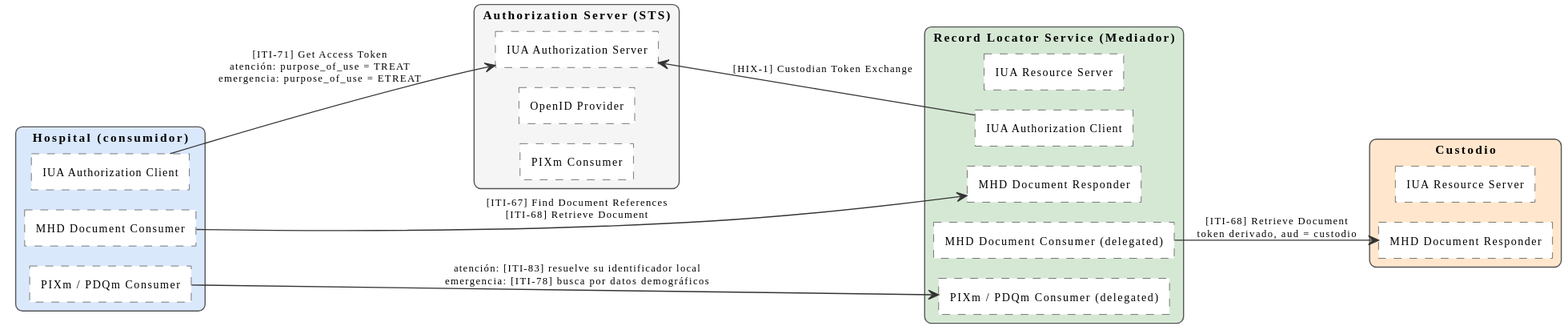
This is input/images/hix-actores-hospital.svg from meddyg/HIX, a PlantUML export, as it was before one commit.
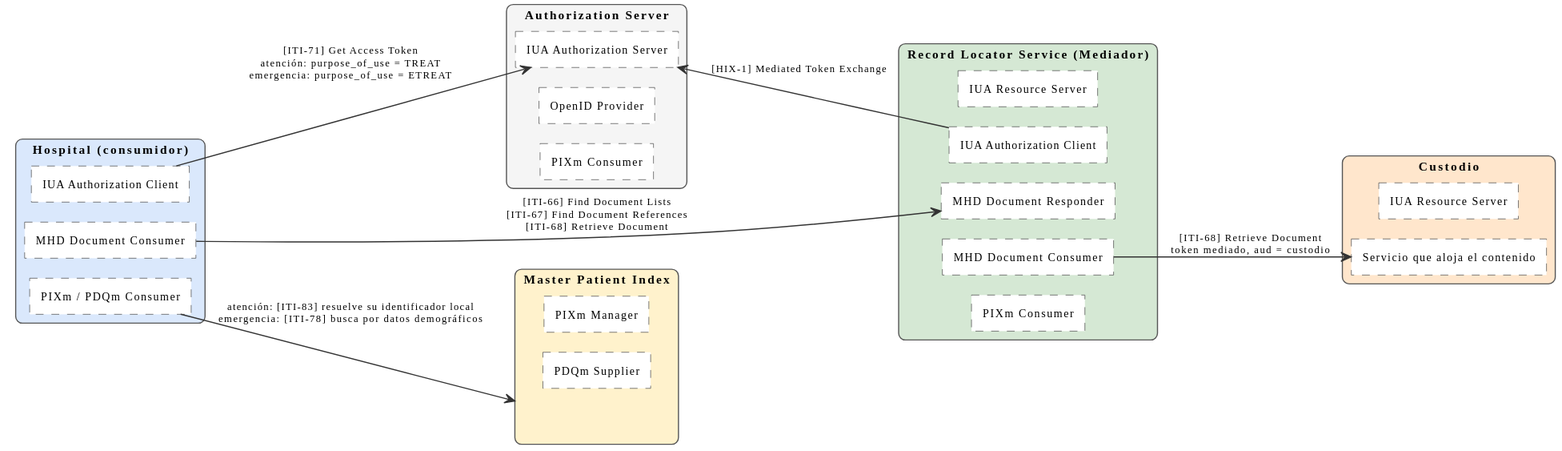
The same diagram one commit later.

Change to the diagram source:
```diff
@@ -29,7 +29,7 @@
   rectangle "MHD Document Consumer" <<inner>> as H2
   rectangle "PIXm / PDQm Consumer" <<inner>> as H3
 }
-rectangle "Authorization Server (STS)" as STS #F5F5F5 {
+rectangle "Authorization Server" as STS #F5F5F5 {
   rectangle "IUA Authorization Server" <<inner>> as STS1
   rectangle "OpenID Provider" <<inner>> as STS2
   rectangle "PIXm Consumer" <<inner>> as STS3
@@ -38,16 +38,20 @@
   rectangle "IUA Resource Server" <<inner>> as RLS1
   rectangle "IUA Authorization Client" <<inner>> as RLS0
   rectangle "MHD Document Responder" <<inner>> as RLS2
-  rectangle "MHD Document Consumer (delegated)" <<inner>> as RLS3
-  rectangle "PIXm / PDQm Consumer (delegated)" <<inner>> as RLS4
+  rectangle "MHD Document Consumer" <<inner>> as RLS3
+  rectangle "PIXm Consumer" <<inner>> as RLS4
+}
+rectangle "Master Patient Index" as MPI #FFF2CC {
+  rectangle "PIXm Manager" <<inner>> as MPI1
+  rectangle "PDQm Supplier" <<inner>> as MPI2
 }
 rectangle "Custodio" as CUST #FFE6CC {
   rectangle "IUA Resource Server" <<inner>> as CUST1
-  rectangle "MHD Document Responder" <<inner>> as CUST2
+  rectangle "Servicio que aloja el contenido" <<inner>> as CUST2
 }
 H1 --> STS1 : [ITI-71] Get Access Token\natención: purpose_of_use = TREAT\nemergencia: purpose_of_use = ETREAT
-H3 --> RLS4 : atención: [ITI-83] resuelve su identificador local\nemergencia: [ITI-78] busca por datos demográficos
-H2 --> RLS2 : [ITI-67] Find Document References\n[ITI-68] Retrieve Document
-STS1 <-- RLS0 : [HIX-1] Custodian Token Exchange
-RLS3 --> CUST2 : [ITI-68] Retrieve Document\ntoken derivado, aud = custodio
+H3 --> MPI : atención: [ITI-83] resuelve su identificador local\nemergencia: [ITI-78] busca por datos demográficos
+H2 --> RLS2 : [ITI-66] Find Document Lists\n[ITI-67] Find Document References\n[ITI-68] Retrieve Document
+STS1 <-- RLS0 : [HIX-1] Mediated Token Exchange
+RLS3 --> CUST2 : [ITI-68] Retrieve Document\ntoken mediado, aud = custodio
 @enduml
```
